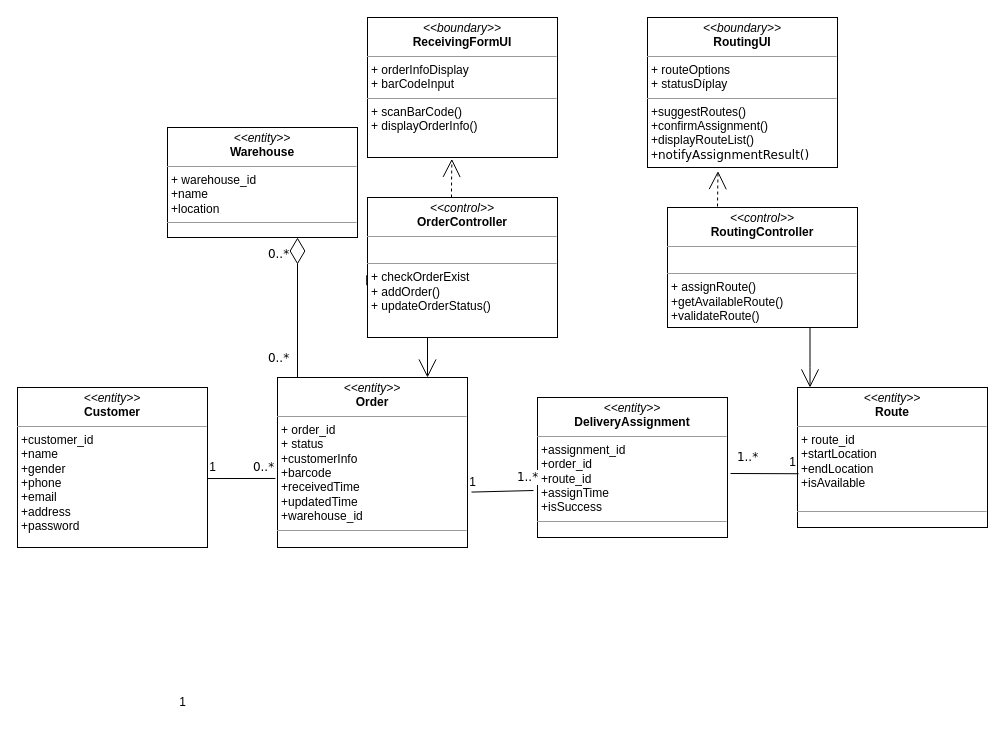
Before: page "Page-1" (1 of 2) of Class Diagram/CLassD Nhận và phân phối hàng hóa.drawio in IT3120-Phan-tich-va-thi-t-k-h-th-ng/BTL, a draw.io diagram. Source tidied: cells renumbered, new cells numbered last; positions are measured from the earlier drawing's top-left corner, leaving out a move shared by most shapes. Both pictures are drawn from the tidied source at 100%, with x=0, y=0 at pixel (17, 17).
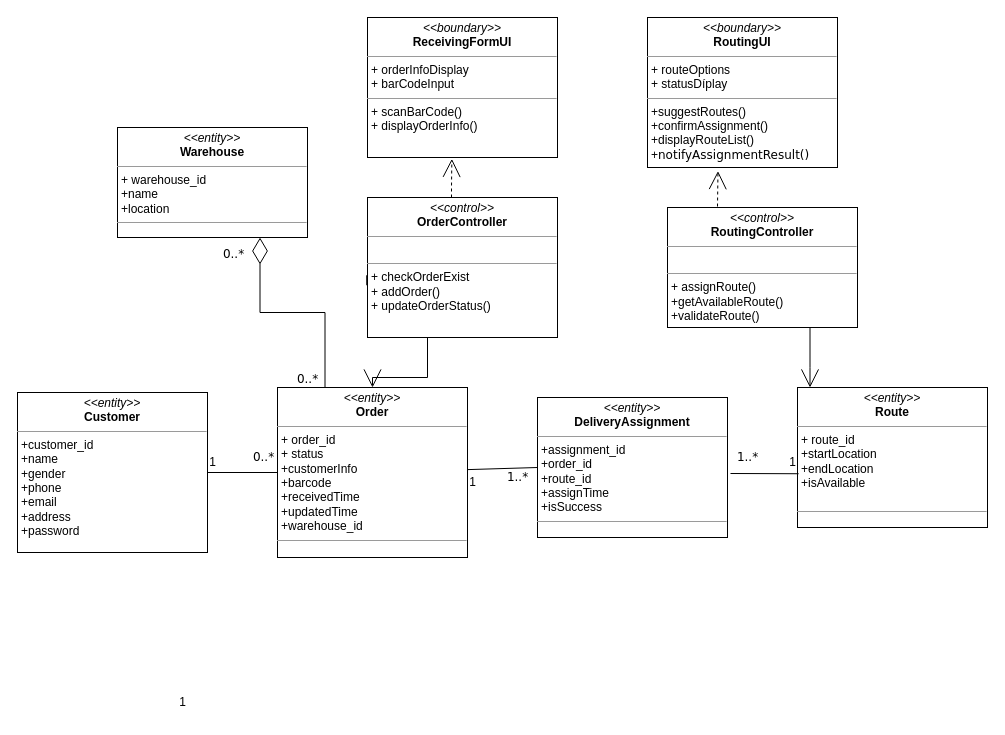
The same page after the edit.

Commit message (it also covers changes not shown here):
update usecase, ad nvpphh

Unchanged cells that the change refers to:
```xml
<mxCell id="13" style="edgeStyle=orthogonalEdgeStyle;rounded=0;html=1;labelBackgroundColor=none;startArrow=none;startFill=0;startSize=8;endArrow=open;endFill=0;endSize=16;fontFamily=Verdana;fontSize=12;exitX=0.75;exitY=1;exitDx=0;exitDy=0;" parent="1" edge="1" source="8" target="10">
  <mxGeometry relative="1" as="geometry">
    <Array as="points">
      <mxPoint x="793" y="350" />
      <mxPoint x="793" y="350" />
    </Array>
  </mxGeometry>
</mxCell>
<mxCell id="19" value="&lt;p style=&quot;margin:0px;margin-top:4px;text-align:center;&quot;&gt;&lt;i&gt;&amp;lt;&amp;lt;entity&amp;gt;&amp;gt;&lt;/i&gt;&lt;br&gt;&lt;b&gt;DeliveryAssignment&lt;/b&gt;&lt;/p&gt;&lt;hr size=&quot;1&quot;&gt;&lt;p style=&quot;margin:0px;margin-left:4px;&quot;&gt;+assignment_id&lt;/p&gt;&lt;p style=&quot;margin:0px;margin-left:4px;&quot;&gt;+order_id&lt;/p&gt;&lt;p style=&quot;margin:0px;margin-left:4px;&quot;&gt;+route_id&lt;/p&gt;&lt;p style=&quot;margin:0px;margin-left:4px;&quot;&gt;+assignTime&lt;/p&gt;&lt;p style=&quot;margin:0px;margin-left:4px;&quot;&gt;+isSuccess&lt;/p&gt;&lt;hr size=&quot;1&quot;&gt;&lt;p style=&quot;margin:0px;margin-left:4px;&quot;&gt;&lt;br&gt;&lt;/p&gt;" style="verticalAlign=top;align=left;overflow=fill;fontSize=12;fontFamily=Helvetica;html=1;rounded=0;shadow=0;comic=0;labelBackgroundColor=none;strokeWidth=1;" parent="1" vertex="1">
  <mxGeometry x="520" y="380" width="190" height="140" as="geometry" />
</mxCell>
```

What changed in the source:
```diff
@@
     <mxCell id="9" value="&lt;p style=&quot;margin:0px;margin-top:4px;text-align:center;&quot;&gt;&lt;i&gt;&amp;lt;&amp;lt;entity&amp;gt;&amp;gt;&lt;/i&gt;&lt;br&gt;&lt;b&gt;Order&lt;/b&gt;&lt;/p&gt;&lt;hr size=&quot;1&quot;&gt;&lt;p style=&quot;margin:0px;margin-left:4px;&quot;&gt;+ order_id&lt;br&gt;+ status&lt;/p&gt;&lt;p style=&quot;margin:0px;margin-left:4px;&quot;&gt;+customerInfo&lt;/p&gt;&lt;p style=&quot;margin:0px;margin-left:4px;&quot;&gt;+barcode&lt;/p&gt;&lt;p style=&quot;margin:0px;margin-left:4px;&quot;&gt;+receivedTime&lt;/p&gt;&lt;p style=&quot;margin:0px;margin-left:4px;&quot;&gt;+updatedTime&lt;/p&gt;&lt;p style=&quot;margin:0px;margin-left:4px;&quot;&gt;+warehouse_id&lt;/p&gt;&lt;hr size=&quot;1&quot;&gt;&lt;p style=&quot;margin:0px;margin-left:4px;&quot;&gt;&lt;br&gt;&lt;/p&gt;" style="verticalAlign=top;align=left;overflow=fill;fontSize=12;fontFamily=Helvetica;html=1;rounded=0;shadow=0;comic=0;labelBackgroundColor=none;strokeWidth=1;" parent="1" vertex="1">
-      <mxGeometry x="260" y="360" width="190" height="170" as="geometry" />
+      <mxGeometry x="260" y="370" width="190" height="170" as="geometry" />
     </mxCell>
@@
     <mxCell id="11" value="&lt;p style=&quot;margin:0px;margin-top:4px;text-align:center;&quot;&gt;&lt;i&gt;&amp;lt;&amp;lt;entity&amp;gt;&amp;gt;&lt;/i&gt;&lt;br&gt;&lt;b&gt;Warehouse&lt;/b&gt;&lt;/p&gt;&lt;hr size=&quot;1&quot;&gt;&lt;p style=&quot;margin:0px;margin-left:4px;&quot;&gt;+ warehouse_id&lt;/p&gt;&lt;p style=&quot;margin:0px;margin-left:4px;&quot;&gt;+name&lt;/p&gt;&lt;p style=&quot;margin:0px;margin-left:4px;&quot;&gt;+location&lt;/p&gt;&lt;hr size=&quot;1&quot;&gt;&lt;p style=&quot;margin:0px;margin-left:4px;&quot;&gt;&lt;br&gt;&lt;/p&gt;" style="verticalAlign=top;align=left;overflow=fill;fontSize=12;fontFamily=Helvetica;html=1;rounded=0;shadow=0;comic=0;labelBackgroundColor=none;strokeWidth=1;" parent="1" vertex="1">
-      <mxGeometry x="150" y="110" width="190" height="110" as="geometry" />
+      <mxGeometry x="100" y="110" width="190" height="110" as="geometry" />
     </mxCell>
     <mxCell id="12" value="&lt;p style=&quot;margin:0px;margin-top:4px;text-align:center;&quot;&gt;&lt;i&gt;&amp;lt;&amp;lt;entity&amp;gt;&amp;gt;&lt;/i&gt;&lt;br&gt;&lt;b&gt;Customer&lt;/b&gt;&lt;/p&gt;&lt;hr size=&quot;1&quot;&gt;&lt;p style=&quot;margin:0px;margin-left:4px;&quot;&gt;+customer_id&lt;/p&gt;&lt;p style=&quot;margin:0px;margin-left:4px;&quot;&gt;+name&lt;/p&gt;&lt;p style=&quot;margin:0px;margin-left:4px;&quot;&gt;+gender&lt;/p&gt;&lt;p style=&quot;margin:0px;margin-left:4px;&quot;&gt;+phone&lt;/p&gt;&lt;p style=&quot;margin:0px;margin-left:4px;&quot;&gt;+email&lt;/p&gt;&lt;p style=&quot;margin:0px;margin-left:4px;&quot;&gt;+address&lt;/p&gt;&lt;p style=&quot;margin:0px;margin-left:4px;&quot;&gt;+password&lt;/p&gt;&lt;p style=&quot;margin:0px;margin-left:4px;&quot;&gt;&lt;br&gt;&lt;/p&gt;&lt;hr size=&quot;1&quot;&gt;&lt;p style=&quot;margin:0px;margin-left:4px;&quot;&gt;&lt;br&gt;&lt;/p&gt;" style="verticalAlign=top;align=left;overflow=fill;fontSize=12;fontFamily=Helvetica;html=1;rounded=0;shadow=0;comic=0;labelBackgroundColor=none;strokeWidth=1;" parent="1" vertex="1">
-      <mxGeometry y="370" width="190" height="160" as="geometry" />
+      <mxGeometry y="375" width="190" height="160" as="geometry" />
     </mxCell>
@@
     <mxCell id="14" value="0..*" style="text;html=1;align=center;verticalAlign=middle;labelBackgroundColor=#ffffff;fontSize=12;fontFamily=Verdana;" parent="13" vertex="1">
       <mxGeometry x="0.86" y="2" relative="1" as="geometry">
-        <mxPoint x="-534" y="-26" as="offset" />
+        <mxPoint x="-505" y="-5" as="offset" />
       </mxGeometry>
     </mxCell>
-    <mxCell id="15" style="endArrow=none;html=1;rounded=0;exitX=-0.011;exitY=0.594;exitDx=0;exitDy=0;exitPerimeter=0;entryX=1;entryY=0.569;entryDx=0;entryDy=0;entryPerimeter=0;" parent="1" edge="1" source="9" target="12">
+    <mxCell id="15" style="endArrow=none;html=1;rounded=0;exitX=0;exitY=0.5;exitDx=0;exitDy=0;entryX=1;entryY=0.5;entryDx=0;entryDy=0;edgeStyle=orthogonalEdgeStyle;" parent="1" edge="1" source="9" target="12">
       <mxGeometry relative="1" as="geometry" />
     </mxCell>
@@
-    <mxCell id="17" style="endArrow=diamondThin;endFill=0;endSize=24;html=1;rounded=0;exitX=0.366;exitY=0.021;exitDx=0;exitDy=0;exitPerimeter=0;entryX=0.682;entryY=1.027;entryDx=0;entryDy=0;entryPerimeter=0;" parent="1" edge="1">
-      <mxGeometry relative="1" as="geometry">
-        <mxPoint x="280" y="360" as="sourcePoint" />
-        <mxPoint x="280" y="220" as="targetPoint" />
-      </mxGeometry>
+    <mxCell id="17" style="endArrow=diamondThin;endFill=0;endSize=24;html=1;rounded=0;exitX=0.25;exitY=0;exitDx=0;exitDy=0;entryX=0.75;entryY=1;entryDx=0;entryDy=0;edgeStyle=orthogonalEdgeStyle;" parent="1" edge="1" source="9" target="11">
+      <mxGeometry relative="1" as="geometry" />
     </mxCell>
     <mxCell id="18" value="0..*" style="text;html=1;align=center;verticalAlign=middle;labelBackgroundColor=#ffffff;fontSize=12;fontFamily=Verdana;" parent="1" vertex="1">
-      <mxGeometry x="245" y="230" as="geometry">
+      <mxGeometry x="200" y="230" as="geometry">
         <mxPoint x="15" y="6" as="offset" />
       </mxGeometry>
     </mxCell>
@@
-    <mxCell id="20" style="endArrow=none;html=1;rounded=0;exitX=1.021;exitY=0.674;exitDx=0;exitDy=0;exitPerimeter=0;" parent="1" edge="1" source="9">
-      <mxGeometry relative="1" as="geometry">
-        <mxPoint x="516" y="473" as="targetPoint" />
-      </mxGeometry>
+    <mxCell id="20" style="endArrow=none;html=1;rounded=0;entryX=0;entryY=0.5;entryDx=0;entryDy=0;" parent="1" edge="1" source="9" target="19">
+      <mxGeometry relative="1" as="geometry" />
     </mxCell>
@@
     <mxCell id="26" value="1" style="text;html=1;align=center;verticalAlign=middle;strokeColor=none;fillColor=none;" parent="1" vertex="1">
-      <mxGeometry x="180" y="435" width="30" height="30" as="geometry" />
+      <mxGeometry x="180" y="430" width="30" height="30" as="geometry" />
     </mxCell>
     <mxCell id="27" value="0..*" style="text;html=1;align=center;verticalAlign=middle;labelBackgroundColor=#ffffff;fontSize=12;fontFamily=Verdana;" parent="1" vertex="1">
-      <mxGeometry x="240" y="420" as="geometry">
+      <mxGeometry x="240" y="410" as="geometry">
         <mxPoint x="5" y="29" as="offset" />
       </mxGeometry>
     </mxCell>
     <mxCell id="28" value="1..*" style="text;html=1;align=center;verticalAlign=middle;labelBackgroundColor=#ffffff;fontSize=12;fontFamily=Verdana;" parent="1" vertex="1">
-      <mxGeometry x="490" y="490" as="geometry">
+      <mxGeometry x="480" y="490" as="geometry">
         <mxPoint x="19" y="-31" as="offset" />
       </mxGeometry>
     </mxCell>
```
